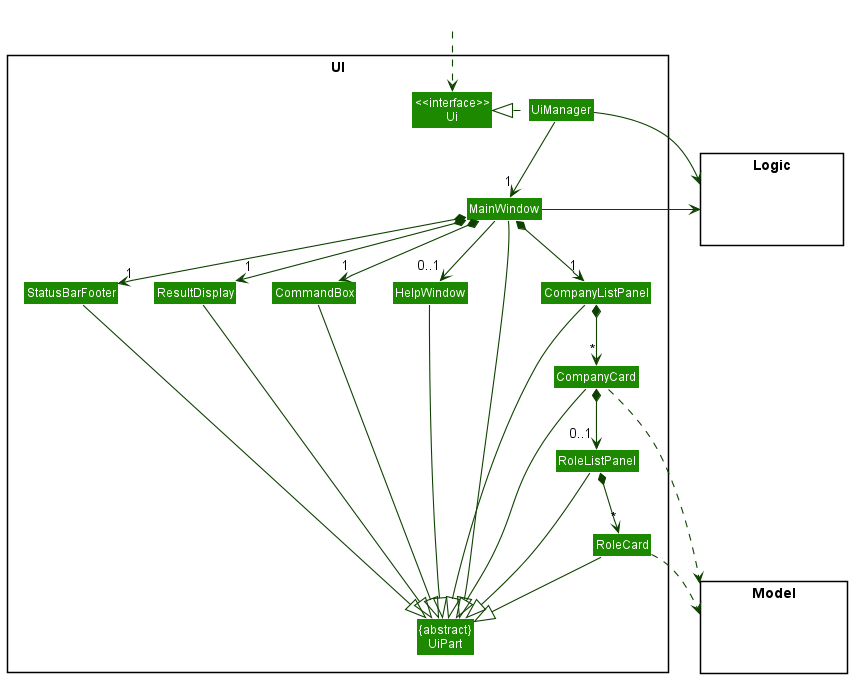
Earlier version of the PlantUML export docs/images/UiClassDiagram.png (nus-cs2103-AY2122S2/tp).
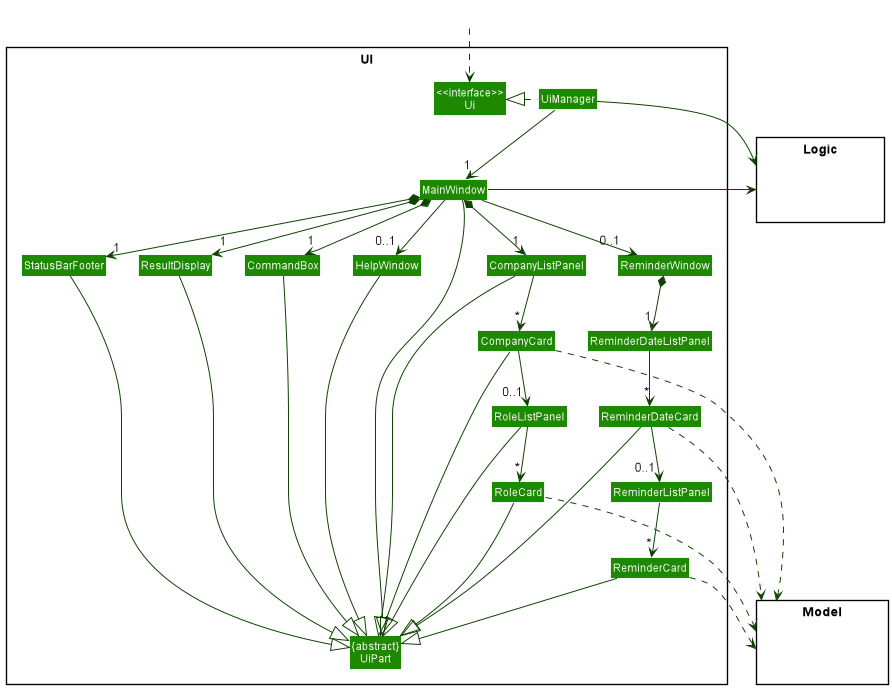
Above is the later version.

Diff of the diagram source:
```diff
@@ -17,6 +17,11 @@
 Class CommandBox
 Class RoleListPanel
 Class RoleCard
+Class ReminderWindow
+Class ReminderDateListPanel
+Class ReminderDateCard
+Class ReminderListPanel
+Class ReminderCard
 }
 
 package Model <<Rectangle>> {
@@ -37,8 +42,14 @@
 MainWindow *-down-> "1" CompanyListPanel
 MainWindow *-down-> "1" StatusBarFooter
 MainWindow --> "0..1" HelpWindow
+MainWindow --> "0..1" ReminderWindow
 
-CompanyListPanel *-down-> "*" CompanyCard
+CompanyListPanel -down-> "*" CompanyCard
+
+ReminderWindow *-down-> "1" ReminderDateListPanel
+ReminderDateListPanel -down-> "*" ReminderDateCard
+ReminderDateCard -down-> "0..1" ReminderListPanel
+ReminderListPanel -down-> "*" ReminderCard
 
 MainWindow -left-|> UiPart
 
@@ -50,15 +61,24 @@
 HelpWindow --|> UiPart
 RoleListPanel --|> UiPart
 RoleCard --|> UiPart
+ReminderDateCard --|> UiPart
+ReminderCard --|> UiPart
 
 CompanyCard ..> Model
 RoleCard ..> Model
+ReminderDateCard ..> Model
+ReminderCard ..> Model
+ReminderCard .[hidden].> Model
 UiManager -right-> Logic
 MainWindow -left-> Logic
 
-CompanyCard *-down-> "0..1" RoleListPanel
-RoleListPanel *-down-> "*" RoleCard
+CompanyCard -down-> "0..1" RoleListPanel
+RoleListPanel -down-> "*" RoleCard
 
+ReminderWindow -[hidden]left- CompanyListPanel
+ReminderDateListPanel -[hidden]left- CompanyCard
+ReminderDateCard -[hidden]left- RoleListPanel
+ReminderListPanel -[hidden]left- RoleCard
 CompanyListPanel -[hidden]left- HelpWindow
 HelpWindow -[hidden]left- CommandBox
 CommandBox -[hidden]left- ResultDisplay
```
